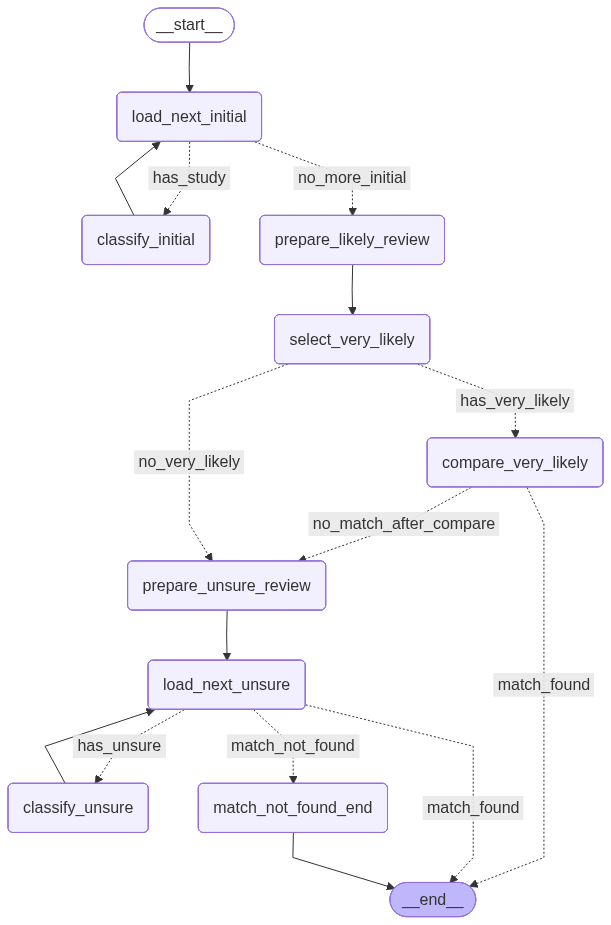
The Mermaid diagram backend/scripts/graph.png in MaxiMittel/medidex, before a commit. Its source is kept beside it as backend/scripts/graph.mmd. Its diagram source:
```mermaid
---
config:
  flowchart:
    curve: linear
---
graph TD;
	__start__([<p>__start__</p>]):::first
	load_next_initial(load_next_initial)
	classify_initial(classify_initial)
	prepare_likely_review(prepare_likely_review)
	select_very_likely(select_very_likely)
	compare_very_likely(compare_very_likely)
	prepare_unsure_review(prepare_unsure_review)
	load_next_unsure(load_next_unsure)
	classify_unsure(classify_unsure)
	match_not_found_end(match_not_found_end)
	__end__([<p>__end__</p>]):::last
	__start__ --> load_next_initial;
	classify_initial --> load_next_initial;
	classify_unsure --> load_next_unsure;
	compare_very_likely -. &nbsp;match_found&nbsp; .-> __end__;
	compare_very_likely -. &nbsp;no_match_after_compare&nbsp; .-> prepare_unsure_review;
	load_next_initial -. &nbsp;has_study&nbsp; .-> classify_initial;
	load_next_initial -. &nbsp;no_more_initial&nbsp; .-> prepare_likely_review;
	load_next_unsure -. &nbsp;match_found&nbsp; .-> __end__;
	load_next_unsure -. &nbsp;has_unsure&nbsp; .-> classify_unsure;
	load_next_unsure -. &nbsp;match_not_found&nbsp; .-> match_not_found_end;
	prepare_likely_review --> select_very_likely;
	prepare_unsure_review --> load_next_unsure;
	select_very_likely -. &nbsp;has_very_likely&nbsp; .-> compare_very_likely;
	select_very_likely -. &nbsp;no_very_likely&nbsp; .-> prepare_unsure_review;
	match_not_found_end --> __end__;
	classDef default fill:#f2f0ff,line-height:1.2
	classDef first fill-opacity:0
	classDef last fill:#bfb6fc
```
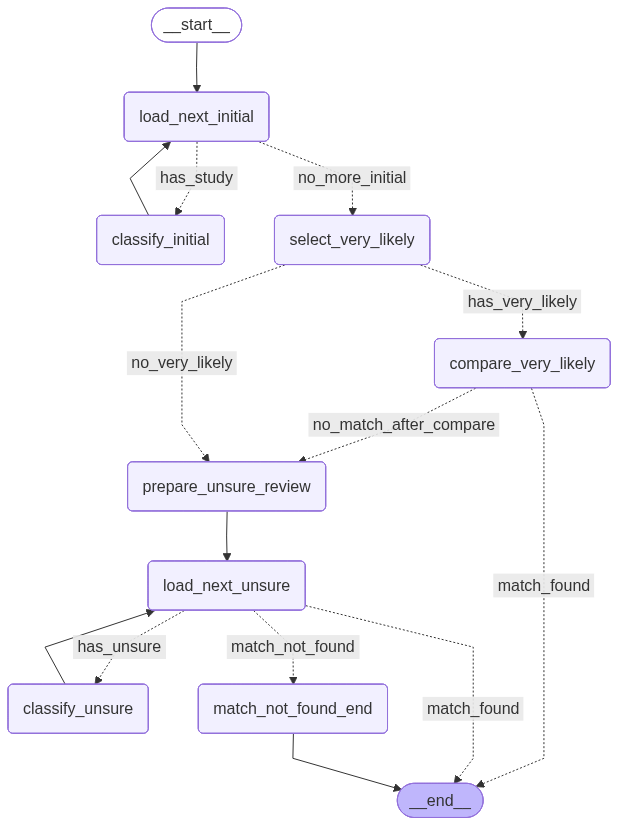
Above is the later version.

Change to the diagram source:
```diff
@@ -7,7 +7,6 @@
 	__start__([<p>__start__</p>]):::first
 	load_next_initial(load_next_initial)
 	classify_initial(classify_initial)
-	prepare_likely_review(prepare_likely_review)
 	select_very_likely(select_very_likely)
 	compare_very_likely(compare_very_likely)
 	prepare_unsure_review(prepare_unsure_review)
@@ -21,11 +20,10 @@
 	compare_very_likely -. &nbsp;match_found&nbsp; .-> __end__;
 	compare_very_likely -. &nbsp;no_match_after_compare&nbsp; .-> prepare_unsure_review;
 	load_next_initial -. &nbsp;has_study&nbsp; .-> classify_initial;
-	load_next_initial -. &nbsp;no_more_initial&nbsp; .-> prepare_likely_review;
+	load_next_initial -. &nbsp;no_more_initial&nbsp; .-> select_very_likely;
 	load_next_unsure -. &nbsp;match_found&nbsp; .-> __end__;
 	load_next_unsure -. &nbsp;has_unsure&nbsp; .-> classify_unsure;
 	load_next_unsure -. &nbsp;match_not_found&nbsp; .-> match_not_found_end;
-	prepare_likely_review --> select_very_likely;
 	prepare_unsure_review --> load_next_unsure;
 	select_very_likely -. &nbsp;has_very_likely&nbsp; .-> compare_very_likely;
 	select_very_likely -. &nbsp;no_very_likely&nbsp; .-> prepare_unsure_review;
```
